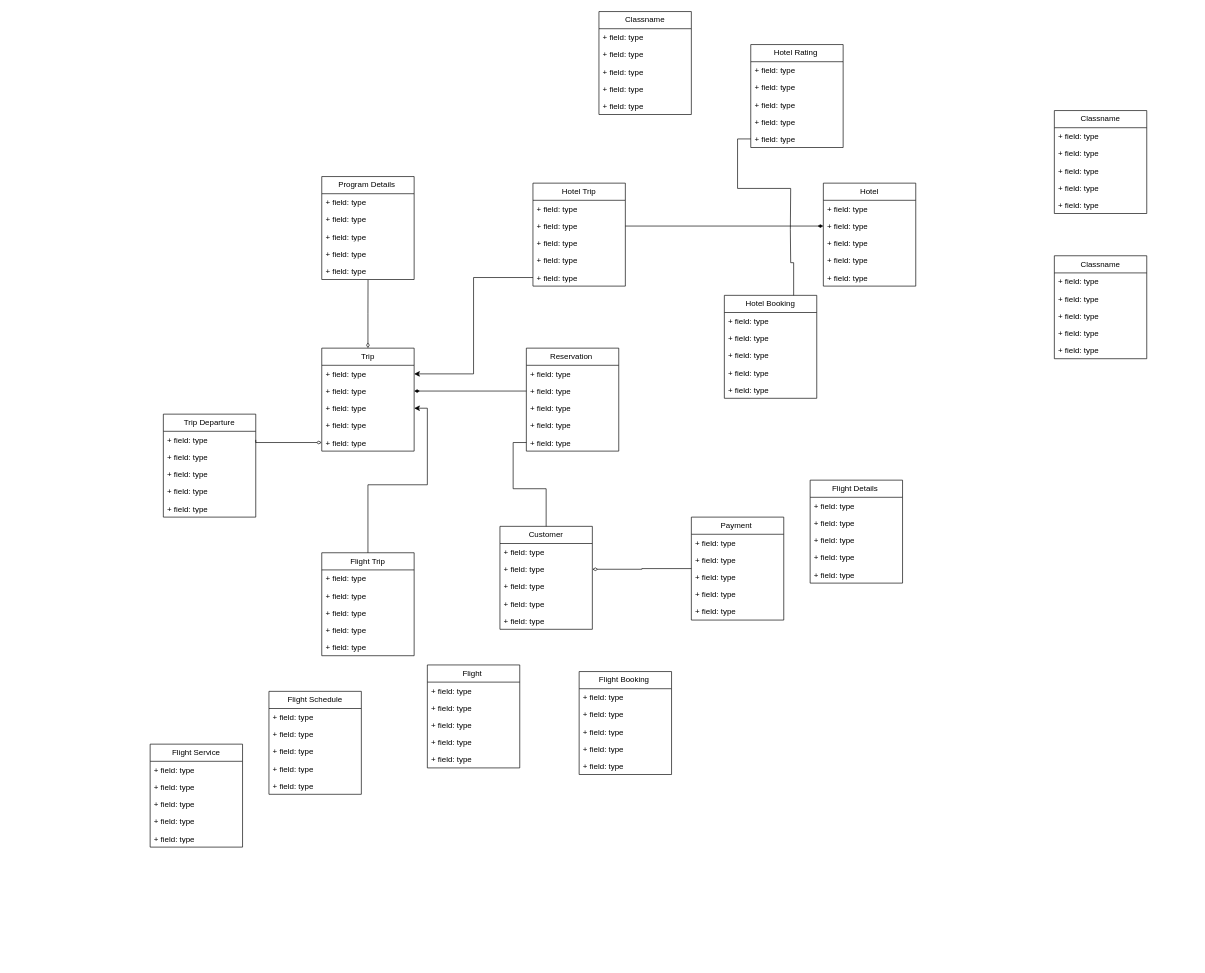
Above: Final Projectt/SecondVersion02.drawio in hesham81/Projects (draw.io), before the change. Source tidied: cells renumbered, new cells numbered last; positions are measured from the earlier drawing's top-left corner, leaving out a move shared by most shapes. Both pictures are drawn from the tidied source at 66%, with x=0, y=0 at pixel (150, 11).
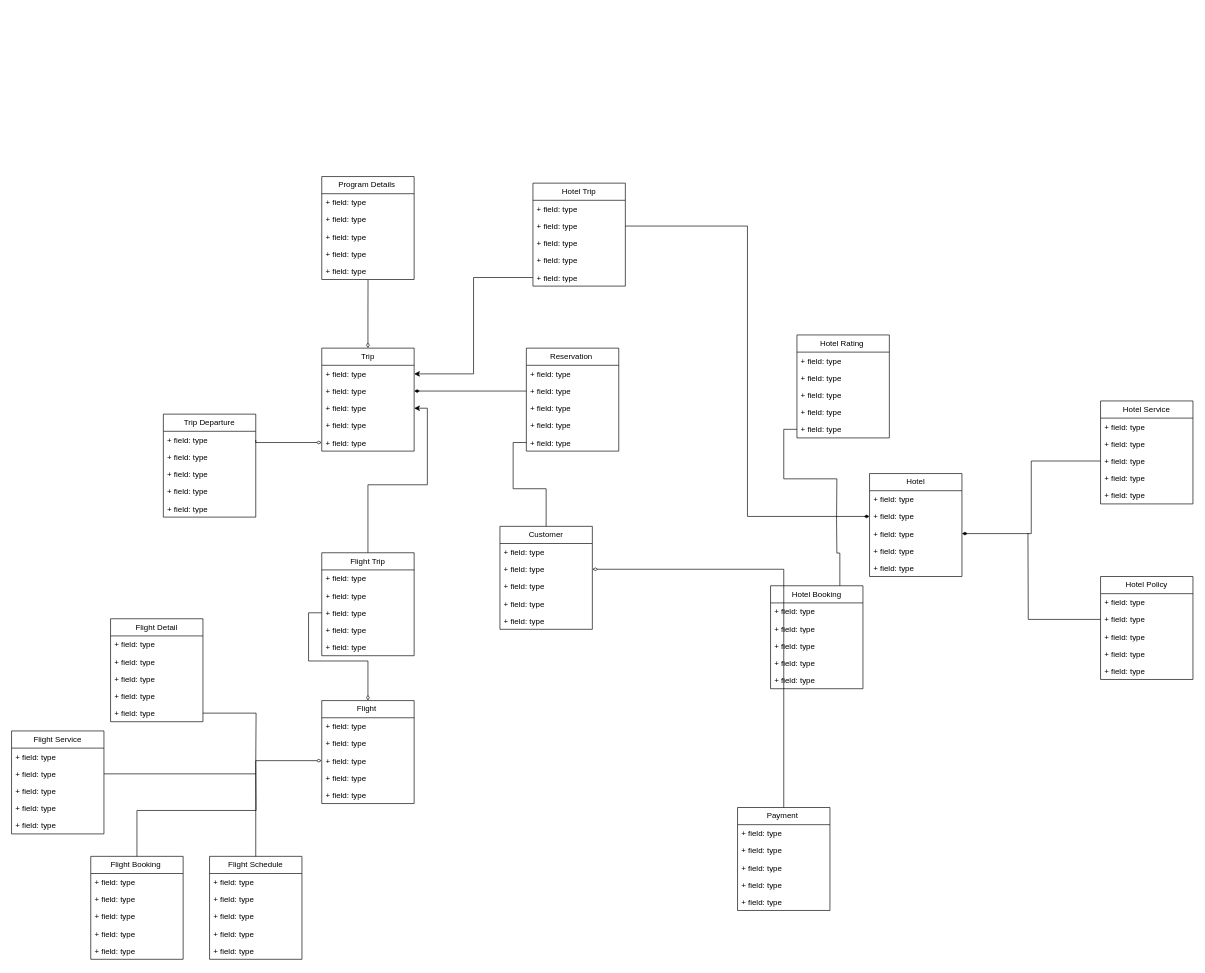
Above is the later version.

Unchanged cells that the change refers to:
```xml
<mxCell id="19" value="+ field: type" style="text;strokeColor=none;fillColor=none;align=left;verticalAlign=top;spacingLeft=4;spacingRight=4;overflow=hidden;points=[[0,0.5],[1,0.5]];portConstraint=eastwest;whiteSpace=wrap;html=1;" parent="16" vertex="1">
  <mxGeometry y="78" width="140" height="26" as="geometry" />
</mxCell>
<mxCell id="56" value="+ field: type" style="text;strokeColor=none;fillColor=none;align=left;verticalAlign=top;spacingLeft=4;spacingRight=4;overflow=hidden;points=[[0,0.5],[1,0.5]];portConstraint=eastwest;whiteSpace=wrap;html=1;" parent="53" vertex="1">
  <mxGeometry y="78" width="140" height="26" as="geometry" />
</mxCell>
<mxCell id="61" value="+ field: type" style="text;strokeColor=none;fillColor=none;align=left;verticalAlign=top;spacingLeft=4;spacingRight=4;overflow=hidden;points=[[0,0.5],[1,0.5]];portConstraint=eastwest;whiteSpace=wrap;html=1;" parent="59" vertex="1">
  <mxGeometry y="52" width="140" height="26" as="geometry" />
</mxCell>
<mxCell id="67" value="+ field: type" style="text;strokeColor=none;fillColor=none;align=left;verticalAlign=top;spacingLeft=4;spacingRight=4;overflow=hidden;points=[[0,0.5],[1,0.5]];portConstraint=eastwest;whiteSpace=wrap;html=1;" parent="65" vertex="1">
  <mxGeometry y="52" width="140" height="26" as="geometry" />
</mxCell>
<mxCell id="74" value="+ field: type" style="text;strokeColor=none;fillColor=none;align=left;verticalAlign=top;spacingLeft=4;spacingRight=4;overflow=hidden;points=[[0,0.5],[1,0.5]];portConstraint=eastwest;whiteSpace=wrap;html=1;" parent="71" vertex="1">
  <mxGeometry y="78" width="140" height="26" as="geometry" />
</mxCell>
<mxCell id="107" value="+ field: type" style="text;strokeColor=none;fillColor=none;align=left;verticalAlign=top;spacingLeft=4;spacingRight=4;overflow=hidden;points=[[0,0.5],[1,0.5]];portConstraint=eastwest;whiteSpace=wrap;html=1;" parent="104" vertex="1">
  <mxGeometry y="78" width="140" height="26" as="geometry" />
</mxCell>
```

The edit, as a diff of the source:
```diff
@@
     <mxCell id="3" value="Hotel Rating&amp;nbsp;" style="swimlane;fontStyle=0;horizontal=1;startSize=26;fillColor=none;whiteSpace=wrap;html=1;strokeColor=default;" parent="1" vertex="1">
-      <mxGeometry x="910" y="50" width="140" height="156" as="geometry" />
+      <mxGeometry x="980" y="490" width="140" height="156" as="geometry" />
     </mxCell>
@@
+    <mxCell id="127" style="edgeStyle=orthogonalEdgeStyle;rounded=0;jettySize=auto;html=1;exitX=0.5;exitY=0;exitDx=0;exitDy=0;entryX=0;entryY=0.5;entryDx=0;entryDy=0;endArrow=diamondThin;endFill=0;" parent="1" edge="1" source="10" target="56">
+      <mxGeometry relative="1" as="geometry" />
+    </mxCell>
     <mxCell id="10" value="Flight Schedule" style="swimlane;fontStyle=0;horizontal=1;startSize=26;fillColor=none;whiteSpace=wrap;html=1;" parent="1" vertex="1">
-      <mxGeometry x="180" y="1030" width="140" height="156" as="geometry" />
+      <mxGeometry x="90" y="1280" width="140" height="156" as="geometry" />
     </mxCell>
@@
     <mxCell id="16" value="Hotel" style="swimlane;fontStyle=0;horizontal=1;startSize=26;fillColor=none;whiteSpace=wrap;html=1;" parent="1" vertex="1">
-      <mxGeometry x="1020" y="260" width="140" height="156" as="geometry" />
+      <mxGeometry x="1090" y="700" width="140" height="156" as="geometry" />
     </mxCell>
@@
     <mxCell id="23" value="Payment&amp;nbsp;" style="swimlane;fontStyle=0;horizontal=1;startSize=26;fillColor=none;whiteSpace=wrap;html=1;" parent="1" vertex="1">
-      <mxGeometry x="820" y="766" width="140" height="156" as="geometry" />
+      <mxGeometry x="890" y="1206" width="140" height="156" as="geometry" />
     </mxCell>
@@
     <mxCell id="53" value="Flight&amp;nbsp;" style="swimlane;fontStyle=0;horizontal=1;startSize=26;fillColor=none;whiteSpace=wrap;html=1;" parent="1" vertex="1">
-      <mxGeometry x="420" y="990" width="140" height="156" as="geometry" />
+      <mxGeometry x="260" y="1044" width="140" height="156" as="geometry" />
     </mxCell>
@@
     <mxCell id="59" value="Flight Service" style="swimlane;fontStyle=0;horizontal=1;startSize=26;fillColor=none;whiteSpace=wrap;html=1;" parent="1" vertex="1">
-      <mxGeometry y="1110" width="140" height="156" as="geometry" />
+      <mxGeometry x="-210" y="1090" width="140" height="156" as="geometry" />
     </mxCell>
@@
+    <mxCell id="128" style="edgeStyle=orthogonalEdgeStyle;rounded=0;jettySize=auto;html=1;exitX=1;exitY=0.5;exitDx=0;exitDy=0;endArrow=none;endFill=0;" parent="59" edge="1" source="61">
+      <mxGeometry relative="1" as="geometry">
+        <mxPoint x="370" y="65" as="targetPoint" />
+      </mxGeometry>
+    </mxCell>
@@
-    <mxCell id="65" value="Classname" style="swimlane;fontStyle=0;horizontal=1;startSize=26;fillColor=none;whiteSpace=wrap;html=1;" parent="1" vertex="1">
-      <mxGeometry x="1370" y="370" width="140" height="156" as="geometry" />
+    <mxCell id="65" value="Hotel Policy" style="swimlane;fontStyle=0;horizontal=1;startSize=26;fillColor=none;whiteSpace=wrap;html=1;" parent="1" vertex="1">
+      <mxGeometry x="1440" y="856" width="140" height="156" as="geometry" />
     </mxCell>
@@
-    <mxCell id="71" value="Classname" style="swimlane;fontStyle=0;horizontal=1;startSize=26;fillColor=none;whiteSpace=wrap;html=1;" parent="1" vertex="1">
-      <mxGeometry x="1370" y="150" width="140" height="156" as="geometry" />
+    <mxCell id="71" value="Hotel Service" style="swimlane;fontStyle=0;horizontal=1;startSize=26;fillColor=none;whiteSpace=wrap;html=1;" parent="1" vertex="1">
+      <mxGeometry x="1440" y="590" width="140" height="156" as="geometry" />
     </mxCell>
@@
     <mxCell id="77" style="edgeStyle=orthogonalEdgeStyle;rounded=0;jettySize=auto;html=1;endArrow=none;endFill=0;exitX=0.75;exitY=0;exitDx=0;exitDy=0;" parent="1" edge="1" source="78">
       <mxGeometry relative="1" as="geometry">
-        <mxPoint x="970" y="330" as="targetPoint" />
+        <mxPoint x="1040" y="770" as="targetPoint" />
       </mxGeometry>
     </mxCell>
     <mxCell id="78" value="Hotel Booking" style="swimlane;fontStyle=0;horizontal=1;startSize=26;fillColor=none;whiteSpace=wrap;html=1;" parent="1" vertex="1">
-      <mxGeometry x="870" y="430" width="140" height="156" as="geometry" />
+      <mxGeometry x="940" y="870" width="140" height="156" as="geometry" />
     </mxCell>
@@
-    <mxCell id="97" value="Classname" style="swimlane;fontStyle=0;horizontal=1;startSize=26;fillColor=none;whiteSpace=wrap;html=1;" parent="1" vertex="1">
-      <mxGeometry x="680" width="140" height="156" as="geometry" />
-    </mxCell>
-    <mxCell id="98" value="+ field: type" style="text;strokeColor=none;fillColor=none;align=left;verticalAlign=top;spacingLeft=4;spacingRight=4;overflow=hidden;whiteSpace=wrap;html=1;" parent="97" vertex="1">
-      <mxGeometry y="26" width="140" height="26" as="geometry" />
-    </mxCell>
-    <mxCell id="99" value="+ field: type" style="text;strokeColor=none;fillColor=none;align=left;verticalAlign=top;spacingLeft=4;spacingRight=4;overflow=hidden;whiteSpace=wrap;html=1;" parent="97" vertex="1">
-      <mxGeometry y="52" width="140" height="26" as="geometry" />
-    </mxCell>
-    <mxCell id="100" value="+ field: type" style="text;strokeColor=none;fillColor=none;align=left;verticalAlign=top;spacingLeft=4;spacingRight=4;overflow=hidden;whiteSpace=wrap;html=1;" parent="97" vertex="1">
-      <mxGeometry y="78" width="140" height="26" as="geometry" />
-    </mxCell>
-    <mxCell id="101" value="+ field: type" style="text;strokeColor=none;fillColor=none;align=left;verticalAlign=top;spacingLeft=4;spacingRight=4;overflow=hidden;whiteSpace=wrap;html=1;" parent="97" vertex="1">
-      <mxGeometry y="104" width="140" height="26" as="geometry" />
-    </mxCell>
-    <mxCell id="102" value="+ field: type" style="text;strokeColor=none;fillColor=none;align=left;verticalAlign=top;spacingLeft=4;spacingRight=4;overflow=hidden;whiteSpace=wrap;html=1;" parent="97" vertex="1">
-      <mxGeometry y="130" width="140" height="26" as="geometry" />
-    </mxCell>
@@
-    <mxCell id="110" value="Flight Details&amp;nbsp;" style="swimlane;fontStyle=0;horizontal=1;startSize=26;fillColor=none;whiteSpace=wrap;html=1;" parent="1" vertex="1">
-      <mxGeometry x="1000" y="710" width="140" height="156" as="geometry" />
-    </mxCell>
-    <mxCell id="111" value="+ field: type" style="text;strokeColor=none;fillColor=none;align=left;verticalAlign=top;spacingLeft=4;spacingRight=4;overflow=hidden;whiteSpace=wrap;html=1;" parent="110" vertex="1">
-      <mxGeometry y="26" width="140" height="26" as="geometry" />
-    </mxCell>
-    <mxCell id="112" value="+ field: type" style="text;strokeColor=none;fillColor=none;align=left;verticalAlign=top;spacingLeft=4;spacingRight=4;overflow=hidden;whiteSpace=wrap;html=1;" parent="110" vertex="1">
-      <mxGeometry y="52" width="140" height="26" as="geometry" />
-    </mxCell>
-    <mxCell id="113" value="+ field: type" style="text;strokeColor=none;fillColor=none;align=left;verticalAlign=top;spacingLeft=4;spacingRight=4;overflow=hidden;whiteSpace=wrap;html=1;" parent="110" vertex="1">
-      <mxGeometry y="78" width="140" height="26" as="geometry" />
-    </mxCell>
-    <mxCell id="114" value="+ field: type" style="text;strokeColor=none;fillColor=none;align=left;verticalAlign=top;spacingLeft=4;spacingRight=4;overflow=hidden;whiteSpace=wrap;html=1;" parent="110" vertex="1">
-      <mxGeometry y="104" width="140" height="26" as="geometry" />
-    </mxCell>
-    <mxCell id="115" value="+ field: type" style="text;strokeColor=none;fillColor=none;align=left;verticalAlign=top;spacingLeft=4;spacingRight=4;overflow=hidden;whiteSpace=wrap;html=1;" parent="110" vertex="1">
-      <mxGeometry y="130" width="140" height="26" as="geometry" />
-    </mxCell>
+    <mxCell id="129" style="edgeStyle=orthogonalEdgeStyle;rounded=0;jettySize=auto;html=1;exitX=0.5;exitY=0;exitDx=0;exitDy=0;endArrow=none;endFill=0;" parent="1" edge="1" source="116">
+      <mxGeometry relative="1" as="geometry">
+        <mxPoint x="160" y="1140" as="targetPoint" />
+      </mxGeometry>
+    </mxCell>
     <mxCell id="116" value="Flight Booking&amp;nbsp;" style="swimlane;fontStyle=0;horizontal=1;startSize=26;fillColor=none;whiteSpace=wrap;html=1;" parent="1" vertex="1">
-      <mxGeometry x="650" y="1000" width="140" height="156" as="geometry" />
+      <mxGeometry x="-90" y="1280" width="140" height="156" as="geometry" />
     </mxCell>
@@
+    <mxCell id="130" style="edgeStyle=orthogonalEdgeStyle;rounded=0;jettySize=auto;html=1;exitX=0;exitY=0.5;exitDx=0;exitDy=0;entryX=1;entryY=0.5;entryDx=0;entryDy=0;endArrow=diamondThin;endFill=1;" parent="1" edge="1" source="74" target="19">
+      <mxGeometry relative="1" as="geometry" />
+    </mxCell>
+    <mxCell id="131" style="edgeStyle=orthogonalEdgeStyle;rounded=0;jettySize=auto;html=1;exitX=0;exitY=0.5;exitDx=0;exitDy=0;endArrow=none;endFill=0;" parent="1" edge="1" source="67">
+      <mxGeometry relative="1" as="geometry">
+        <mxPoint x="1330" y="790" as="targetPoint" />
+      </mxGeometry>
+    </mxCell>
+    <mxCell id="132" value="Flight Detail" style="swimlane;fontStyle=0;horizontal=1;startSize=26;fillColor=none;whiteSpace=wrap;html=1;" parent="1" vertex="1">
+      <mxGeometry x="-60" y="920" width="140" height="156" as="geometry" />
+    </mxCell>
+    <mxCell id="133" value="+ field: type" style="text;strokeColor=none;fillColor=none;align=left;verticalAlign=top;spacingLeft=4;spacingRight=4;overflow=hidden;whiteSpace=wrap;html=1;" parent="132" vertex="1">
+      <mxGeometry y="26" width="140" height="26" as="geometry" />
+    </mxCell>
+    <mxCell id="134" value="+ field: type" style="text;strokeColor=none;fillColor=none;align=left;verticalAlign=top;spacingLeft=4;spacingRight=4;overflow=hidden;whiteSpace=wrap;html=1;" parent="132" vertex="1">
+      <mxGeometry y="52" width="140" height="26" as="geometry" />
+    </mxCell>
+    <mxCell id="135" value="+ field: type" style="text;strokeColor=none;fillColor=none;align=left;verticalAlign=top;spacingLeft=4;spacingRight=4;overflow=hidden;whiteSpace=wrap;html=1;" parent="132" vertex="1">
+      <mxGeometry y="78" width="140" height="26" as="geometry" />
+    </mxCell>
+    <mxCell id="136" value="+ field: type" style="text;strokeColor=none;fillColor=none;align=left;verticalAlign=top;spacingLeft=4;spacingRight=4;overflow=hidden;whiteSpace=wrap;html=1;" parent="132" vertex="1">
+      <mxGeometry y="104" width="140" height="26" as="geometry" />
+    </mxCell>
+    <mxCell id="137" style="edgeStyle=orthogonalEdgeStyle;rounded=0;jettySize=auto;html=1;exitX=1;exitY=0.5;exitDx=0;exitDy=0;endArrow=none;endFill=0;" parent="132" edge="1" source="138">
+      <mxGeometry relative="1" as="geometry">
+        <mxPoint x="220" y="220" as="targetPoint" />
+      </mxGeometry>
+    </mxCell>
+    <mxCell id="138" value="+ field: type" style="text;strokeColor=none;fillColor=none;align=left;verticalAlign=top;spacingLeft=4;spacingRight=4;overflow=hidden;points=[[0,0.5],[1,0.5]];portConstraint=eastwest;whiteSpace=wrap;html=1;" parent="132" vertex="1">
+      <mxGeometry y="130" width="140" height="26" as="geometry" />
+    </mxCell>
+    <mxCell id="139" style="edgeStyle=orthogonalEdgeStyle;rounded=0;jettySize=auto;html=1;exitX=0;exitY=0.5;exitDx=0;exitDy=0;entryX=0.5;entryY=0;entryDx=0;entryDy=0;endArrow=diamondThin;endFill=0;" parent="1" edge="1" source="107" target="53">
+      <mxGeometry relative="1" as="geometry" />
+    </mxCell>
```
